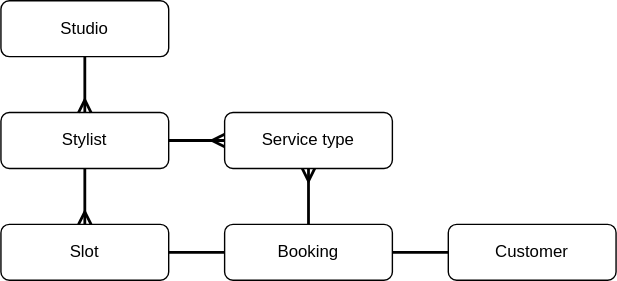
Earlier version of the draw.io export docs/domain.drawio.svg (fcostarodrigo/book-ai-salon). Source tidied: cells renumbered, new cells last; positions are measured from the earlier drawing's top-left corner, leaving out a move shared by most shapes.
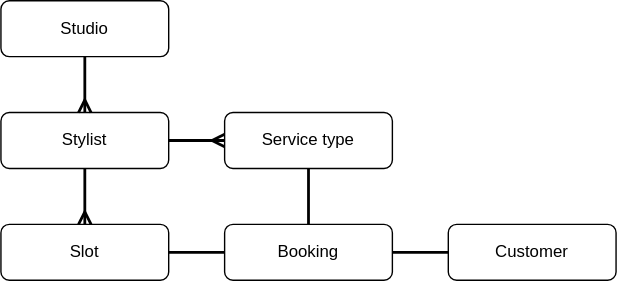
After the commit.

Diff of the diagram source:
```diff
@@ -29,7 +29,7 @@
     <mxCell id="10" value="Booking" style="rounded=1;whiteSpace=wrap;html=1;" parent="1" vertex="1">
       <mxGeometry x="160" y="160" width="120" height="40" as="geometry" />
     </mxCell>
-    <mxCell id="11" style="edgeStyle=orthogonalEdgeStyle;shape=connector;curved=0;rounded=1;html=1;entryX=0.5;entryY=0;entryDx=0;entryDy=0;strokeColor=default;strokeWidth=2;align=center;verticalAlign=middle;fontFamily=Helvetica;fontSize=11;fontColor=default;labelBackgroundColor=default;endArrow=none;endFill=0;startArrow=ERmany;startFill=0;" parent="1" edge="1" source="12" target="10">
+    <mxCell id="11" style="edgeStyle=orthogonalEdgeStyle;shape=connector;curved=0;rounded=1;html=1;entryX=0.5;entryY=0;entryDx=0;entryDy=0;strokeColor=default;strokeWidth=2;align=center;verticalAlign=middle;fontFamily=Helvetica;fontSize=11;fontColor=default;labelBackgroundColor=default;endArrow=none;endFill=0;startArrow=none;startFill=0;" parent="1" edge="1" source="12" target="10">
       <mxGeometry relative="1" as="geometry" />
     </mxCell>
     <mxCell id="12" value="Service type" style="rounded=1;whiteSpace=wrap;html=1;" parent="1" vertex="1">
```
